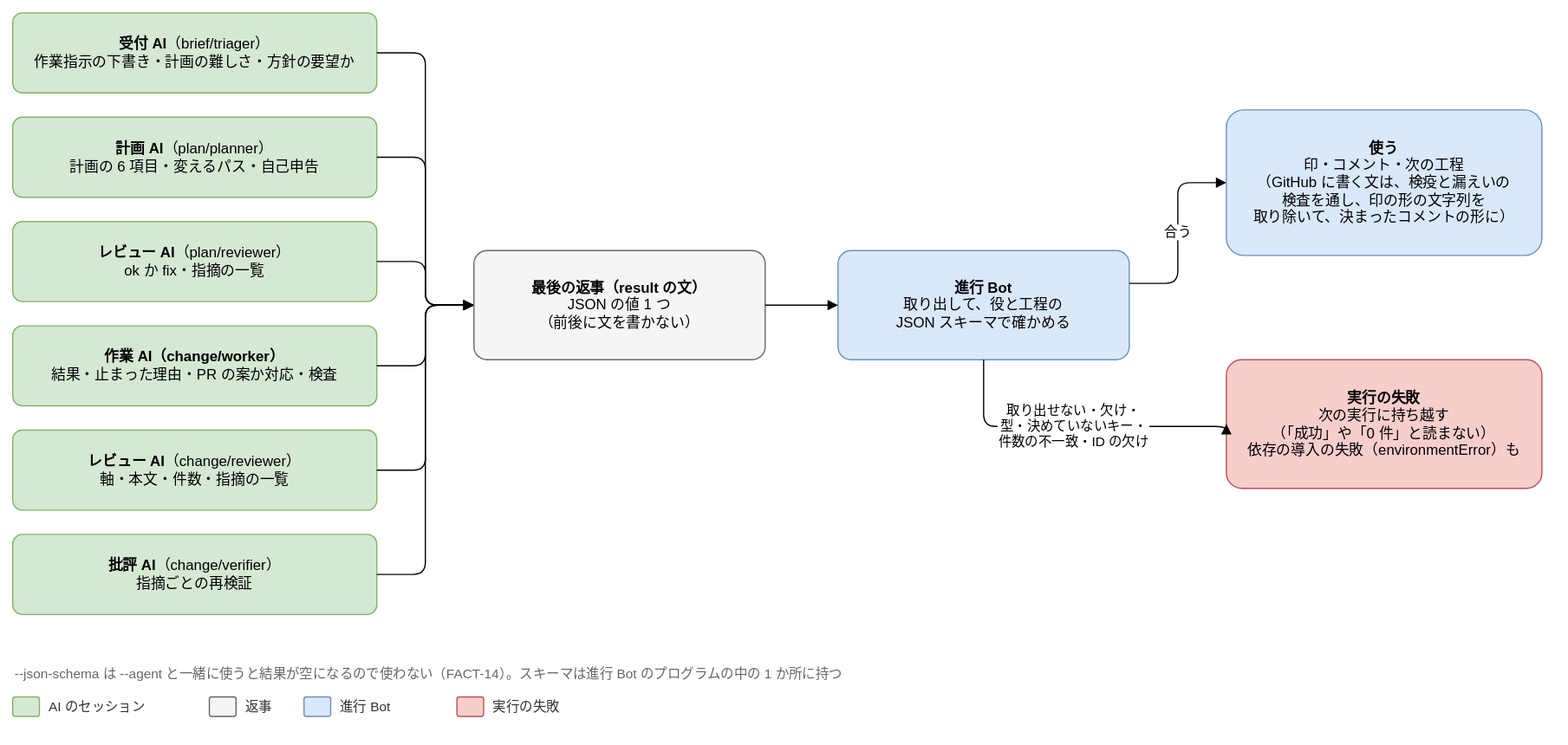
The draw.io diagram docs/design/basic/diagrams/03-output-contracts.drawio.svg in Joymerrevent/dev-autopilot, before a commit. Source tidied: cells renumbered, new cells last; positions are measured from the earlier drawing's top-left corner, leaving out a move shared by most shapes.
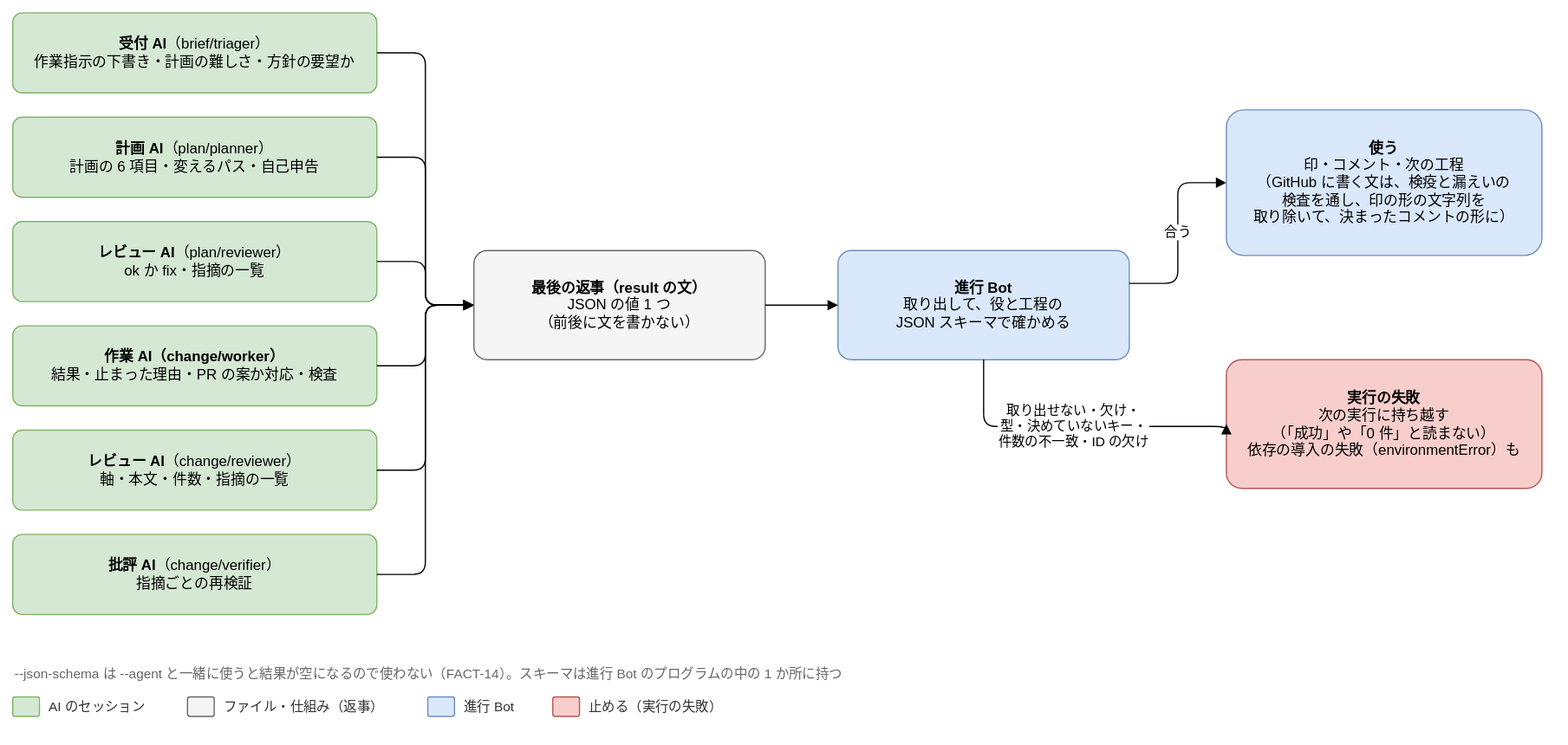
Above is the later version.

Diff of the diagram source:
```diff
@@ -70,25 +70,25 @@
       <mxGeometry y="564" width="22" height="16" as="geometry" />
     </mxCell>
     <mxCell id="23" value="AI のセッション" style="text;html=1;align=left;verticalAlign=middle;fontSize=11;fontColor=#333333;" parent="1" vertex="1">
-      <mxGeometry x="28" y="562" width="118" height="20" as="geometry" />
+      <mxGeometry x="28" y="562" width="100" height="20" as="geometry" />
     </mxCell>
     <mxCell id="24" style="rounded=1;whiteSpace=wrap;html=1;fontSize=12;arcSize=12;spacing=12;fillColor=#f5f5f5;strokeColor=#666666;" parent="1" vertex="1">
-      <mxGeometry x="162" y="564" width="22" height="16" as="geometry" />
+      <mxGeometry x="144" y="564" width="22" height="16" as="geometry" />
     </mxCell>
-    <mxCell id="25" value="返事" style="text;html=1;align=left;verticalAlign=middle;fontSize=11;fontColor=#333333;" parent="1" vertex="1">
-      <mxGeometry x="190" y="562" width="34" height="20" as="geometry" />
+    <mxCell id="25" value="ファイル・仕組み（返事）" style="text;html=1;align=left;verticalAlign=middle;fontSize=11;fontColor=#333333;" parent="1" vertex="1">
+      <mxGeometry x="172" y="562" width="154" height="20" as="geometry" />
     </mxCell>
     <mxCell id="26" style="rounded=1;whiteSpace=wrap;html=1;fontSize=12;arcSize=12;spacing=12;fillColor=#dae8fc;strokeColor=#6c8ebf;" parent="1" vertex="1">
-      <mxGeometry x="240" y="564" width="22" height="16" as="geometry" />
+      <mxGeometry x="342" y="564" width="22" height="16" as="geometry" />
     </mxCell>
     <mxCell id="27" value="進行 Bot" style="text;html=1;align=left;verticalAlign=middle;fontSize=11;fontColor=#333333;" parent="1" vertex="1">
-      <mxGeometry x="268" y="562" width="82" height="20" as="geometry" />
+      <mxGeometry x="370" y="562" width="59" height="20" as="geometry" />
     </mxCell>
     <mxCell id="28" style="rounded=1;whiteSpace=wrap;html=1;fontSize=12;arcSize=12;spacing=12;fillColor=#f8cecc;strokeColor=#b85450;" parent="1" vertex="1">
-      <mxGeometry x="366" y="564" width="22" height="16" as="geometry" />
+      <mxGeometry x="445" y="564" width="22" height="16" as="geometry" />
     </mxCell>
-    <mxCell id="29" value="実行の失敗" style="text;html=1;align=left;verticalAlign=middle;fontSize=11;fontColor=#333333;" parent="1" vertex="1">
-      <mxGeometry x="394" y="562" width="70" height="20" as="geometry" />
+    <mxCell id="29" value="止める（実行の失敗）" style="text;html=1;align=left;verticalAlign=middle;fontSize=11;fontColor=#333333;" parent="1" vertex="1">
+      <mxGeometry x="473" y="562" width="130" height="20" as="geometry" />
     </mxCell>
   </root>
 </mxGraphModel>
```
